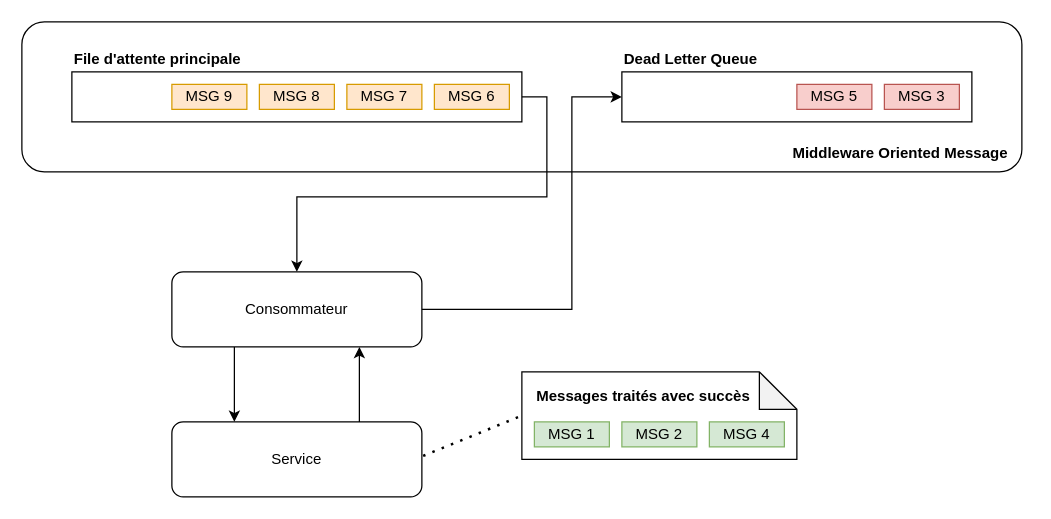
The draw.io diagram Dead_Letter_Queue.drawio in tnemelclement/memoire-episen, before the edit. Source tidied: cells renumbered, new cells numbered last; positions are measured from the earlier drawing's top-left corner, leaving out a move shared by most shapes. Both pictures are drawn from the tidied source at 125%, with x=0, y=0 at pixel (21, 21).
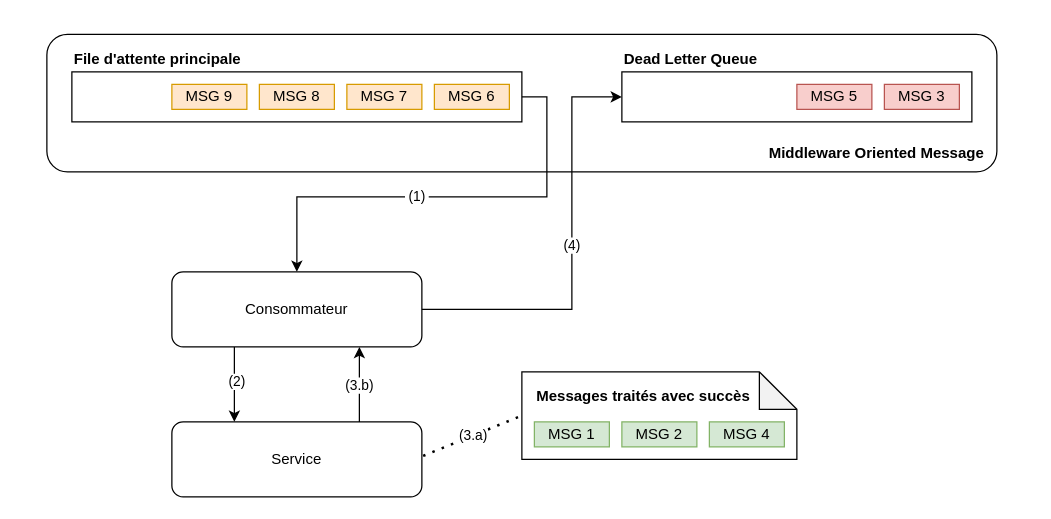
The same diagram, later.

Commit message (it also covers changes not shown here):
Mettre à jour Dead_Letter_Queue.drawio

The change refers to these unchanged cells:
```xml
<mxCell id="10" value="Service" style="rounded=1;whiteSpace=wrap;html=1;" parent="1" vertex="1">
  <mxGeometry x="120" y="320" width="200" height="60" as="geometry" />
</mxCell>
<mxCell id="11" style="shape=note;whiteSpace=wrap;html=1;backgroundOutline=1;darkOpacity=0.05;" parent="1" vertex="1">
  <mxGeometry x="400" y="280" width="220" height="70" as="geometry" />
</mxCell>
<mxCell id="12" style="endArrow=classic;html=1;rounded=0;exitX=1;exitY=0.5;exitDx=0;exitDy=0;entryX=0.5;entryY=0;entryDx=0;entryDy=0;" parent="1" edge="1" source="3" target="9">
  <mxGeometry relative="1" as="geometry">
    <Array as="points">
      <mxPoint x="420" y="60" />
      <mxPoint x="420" y="140" />
      <mxPoint x="220" y="140" />
    </Array>
  </mxGeometry>
</mxCell>
<mxCell id="13" style="endArrow=classic;html=1;rounded=0;exitX=0.25;exitY=1;exitDx=0;exitDy=0;entryX=0.25;entryY=0;entryDx=0;entryDy=0;" parent="1" edge="1" source="9" target="10">
  <mxGeometry relative="1" as="geometry" />
</mxCell>
<mxCell id="14" style="endArrow=classic;html=1;rounded=0;exitX=0.75;exitY=0;exitDx=0;exitDy=0;entryX=0.75;entryY=1;entryDx=0;entryDy=0;" parent="1" edge="1" source="10" target="9">
  <mxGeometry relative="1" as="geometry" />
</mxCell>
<mxCell id="15" style="endArrow=classic;html=1;rounded=0;exitX=1;exitY=0.5;exitDx=0;exitDy=0;entryX=0;entryY=0.5;entryDx=0;entryDy=0;" parent="1" edge="1" source="9" target="8">
  <mxGeometry relative="1" as="geometry">
    <Array as="points">
      <mxPoint x="440" y="230" />
      <mxPoint x="440" y="60" />
    </Array>
  </mxGeometry>
</mxCell>
```

Diff of the diagram source:
```diff
@@
     <mxCell id="2" style="rounded=1;whiteSpace=wrap;html=1;" parent="1" vertex="1">
-      <mxGeometry width="800" height="120" as="geometry" />
+      <mxGeometry x="20" y="10" width="760" height="110" as="geometry" />
     </mxCell>
@@
+    <mxCell id="26" value="&amp;nbsp;(1)&amp;nbsp;" style="edgeLabel;html=1;align=center;verticalAlign=middle;" parent="12" vertex="1">
+      <mxGeometry x="0.14" y="-1" relative="1" as="geometry" />
+    </mxCell>
@@
+    <mxCell id="27" value="(2)" style="edgeLabel;html=1;align=center;verticalAlign=middle;" parent="13" vertex="1">
+      <mxGeometry x="-0.1" y="1" relative="1" as="geometry" />
+    </mxCell>
@@
+    <mxCell id="28" value="(3.b)" style="edgeLabel;html=1;align=center;verticalAlign=middle;" parent="14" vertex="1">
+      <mxGeometry y="1" relative="1" as="geometry" />
+    </mxCell>
@@
+    <mxCell id="29" value="(4)" style="edgeLabel;html=1;align=center;verticalAlign=middle;" parent="15" vertex="1">
+      <mxGeometry x="0.04" y="1" relative="1" as="geometry" />
+    </mxCell>
@@
-    <mxCell id="22" style="endArrow=none;dashed=1;html=1;dashPattern=1 3;strokeWidth=2;rounded=0;exitX=1.005;exitY=0.454;exitDx=0;exitDy=0;exitPerimeter=0;entryX=0;entryY=0.5;entryDx=0;entryDy=0;entryPerimeter=0;" parent="1" edge="1" source="10" target="11">
+    <mxCell id="22" value="(3.a)" style="endArrow=none;dashed=1;html=1;dashPattern=1 3;strokeWidth=2;rounded=0;exitX=1.005;exitY=0.454;exitDx=0;exitDy=0;exitPerimeter=0;entryX=0;entryY=0.5;entryDx=0;entryDy=0;entryPerimeter=0;" parent="1" edge="1" source="10" target="11">
       <mxGeometry relative="1" as="geometry" />
     </mxCell>
@@
     <mxCell id="25" value="&lt;b&gt;Middleware Oriented Message&lt;/b&gt;" style="text;html=1;align=center;verticalAlign=middle;whiteSpace=wrap;rounded=0;" parent="1" vertex="1">
-      <mxGeometry x="600" y="90" width="206" height="30" as="geometry" />
+      <mxGeometry x="581" y="90" width="206" height="30" as="geometry" />
     </mxCell>
```
